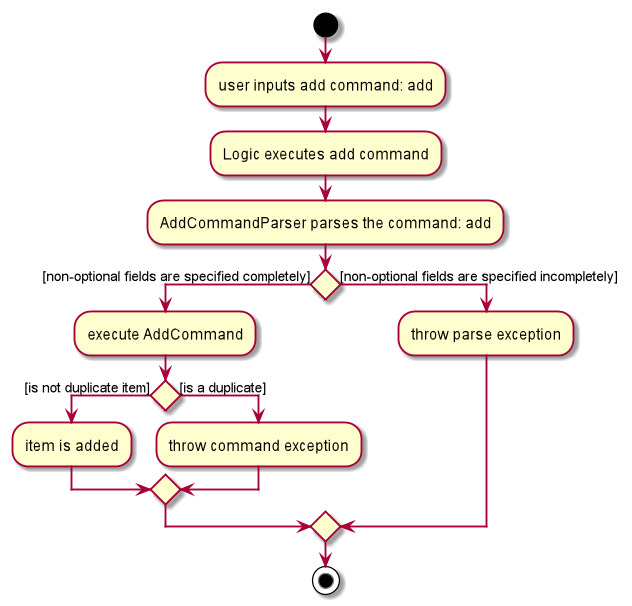
nus-cs2103-AY2021S1/tp keeps this PlantUML diagram as docs/images/implementation/activityDiagrams/AddCommandActivityDiagram.png. Above is the earlier version.
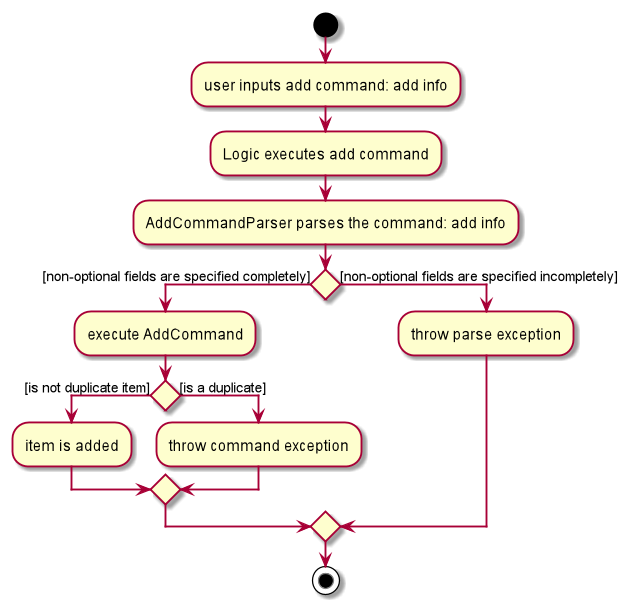
After the commit.

Change to the diagram source:
```diff
@@ -1,8 +1,8 @@
 @startuml
 start
-:user inputs add command: add;
+:user inputs add command: add info;
 :Logic executes add command;
-:AddCommandParser parses the command: add;
+:AddCommandParser parses the command: add info;
 
 if () then ([non-optional fields are specified completely])
 :execute AddCommand;
```
